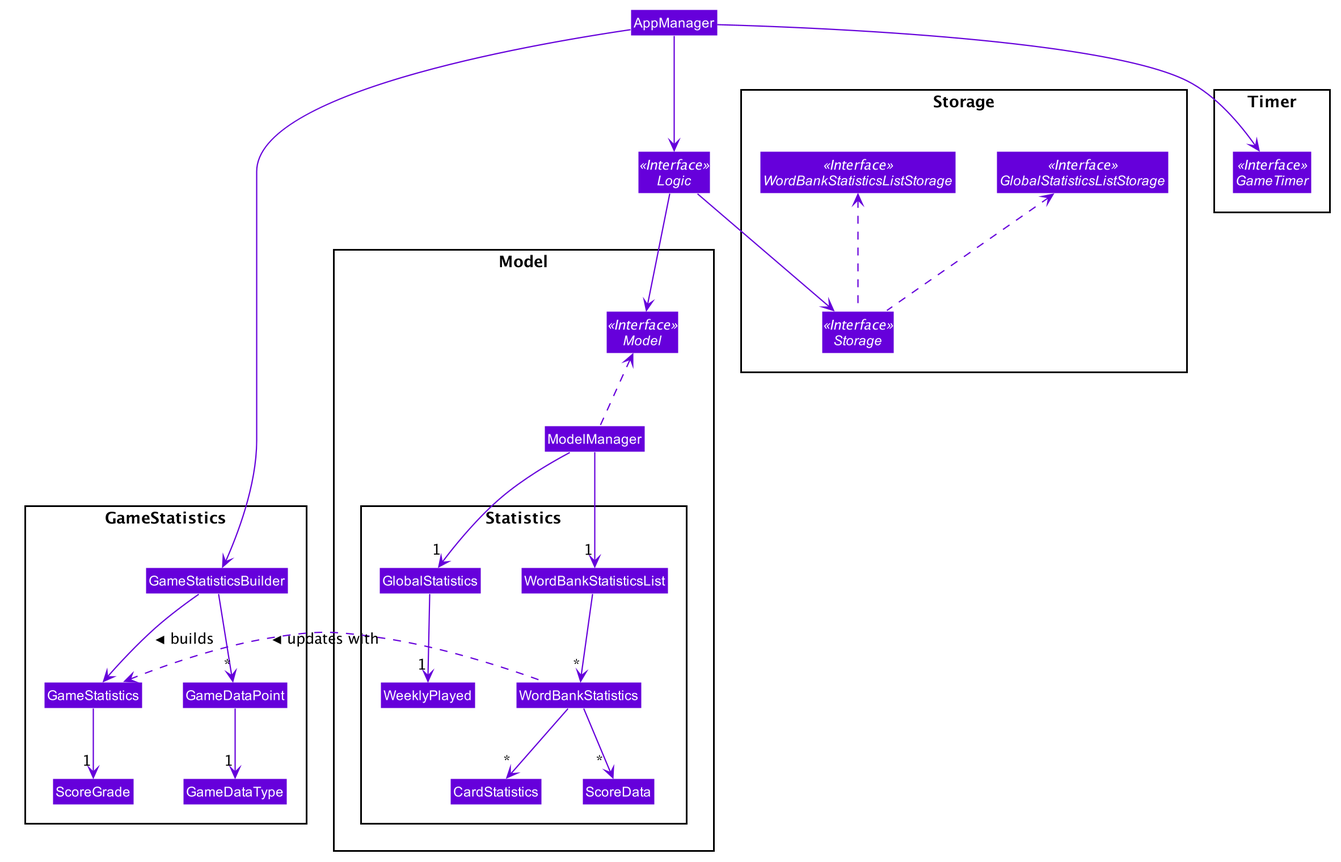
Before: docs/images/StatisticsClassDiagram.png, a diagram exported from PlantUML (nus-cs2103-AY1920S1/addressbook-level3). Its source is kept beside it as docs/diagrams/StatisticsClassDiagram.puml. The source it was exported from:
```plantuml
@startuml
!include style.puml
skinparam arrowThickness 1.1
skinparam arrowColor STATS_COLOR
skinparam classBackgroundColor STATS_COLOR

Class AppManager
Interface Logic <<Interface>>
Package Timer {
    Interface GameTimer <<Interface>>
}



Package Model as ModelPackage {
    Interface Model <<Interface>>
    Class ModelManager
    Package Statistics {
        Class GlobalStatistics
        Class WeeklyPlayed
        Class WordBankStatisticsList


        Class CardStatistics

        Class ScoreData
        Class WordBankStatistics
    }
}

Package GameStatistics as GameStatisticsPackage {
    Class GameStatisticsBuilder
    Class GameDataPoint
    Class GameDataType
    Class GameStatistics
    Class ScoreGrade
}

Package Storage {
    Interface Storage<<Interface>>
    Interface WordBankStatisticsListStorage <<Interface>>
    Interface GlobalStatisticsListStorage <<Interface>>
}

AppManager-down->Logic
AppManager-down->GameTimer
AppManager-down->GameStatisticsBuilder
Logic-down->Storage
Logic-down->Model
ModelManager..up>Model
ModelManager-down-> "1" WordBankStatisticsList
WordBankStatisticsList-down->"*"WordBankStatistics
WordBankStatistics-down->"*"CardStatistics
WordBankStatistics-down->" * "ScoreData
ModelManager-down-> "1" GlobalStatistics
ModelManager-down->"1"WordBankStatistics : keeps active >
GlobalStatistics-down->"1" WeeklyPlayed
GameStatisticsBuilder-->GameStatistics: builds >
GameStatistics-down->"1"ScoreGrade
GameStatisticsBuilder-down->"*"GameDataPoint
GameDataPoint-down->"1"GameDataType
WordBankStatistics..left>GameStatistics : updates with >

Storage..up>WordBankStatisticsListStorage
Storage..up>GlobalStatisticsListStorage

@enduml
```
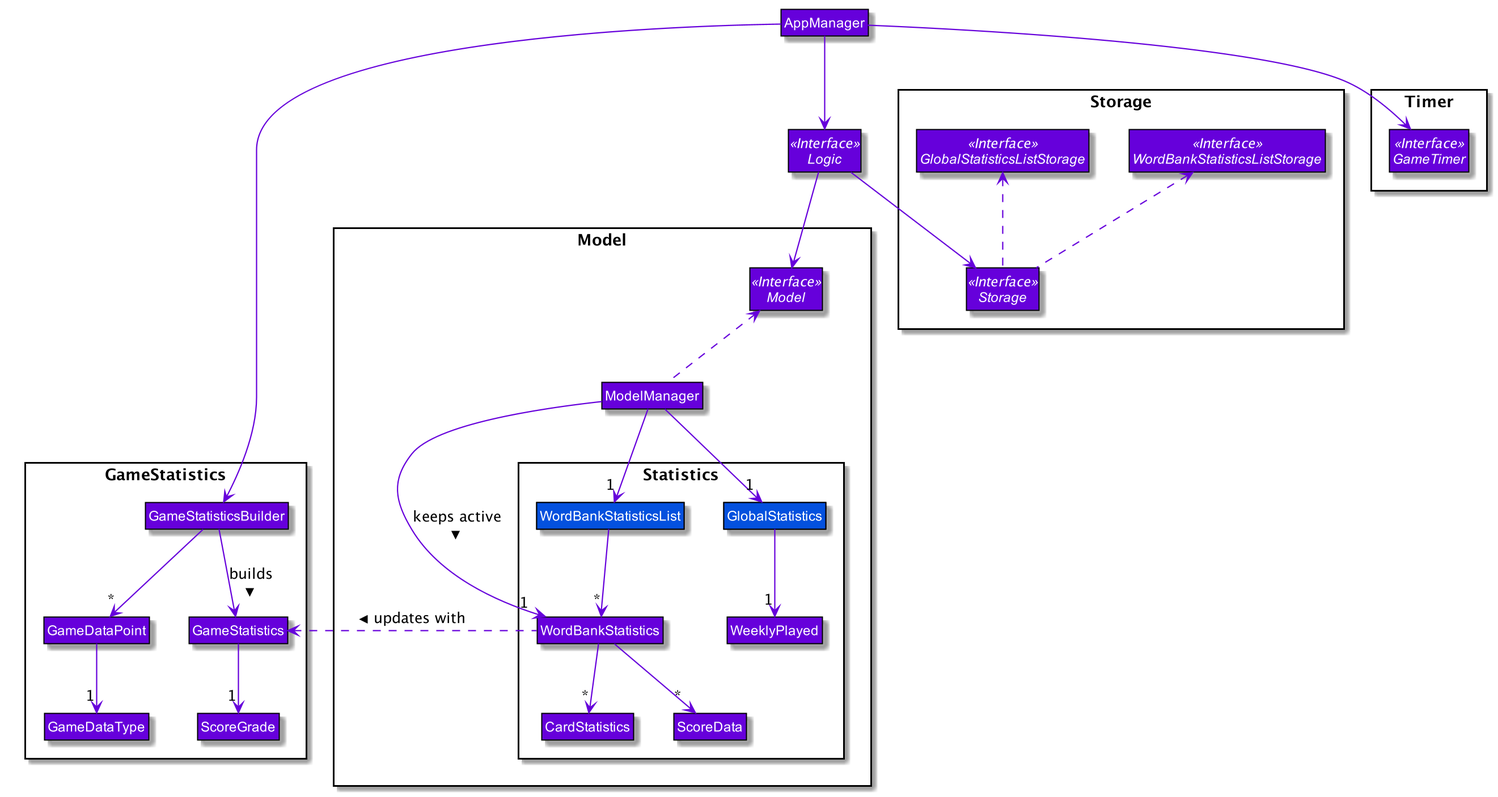
Later version of the same file.

Commit message:
Update statistics class diagram

The edit, as a diff of the source:
```diff
@@ -3,6 +3,7 @@
 skinparam arrowThickness 1.1
 skinparam arrowColor STATS_COLOR
 skinparam classBackgroundColor STATS_COLOR
+
 
 Class AppManager
 Interface Logic <<Interface>>
@@ -16,9 +17,9 @@
     Interface Model <<Interface>>
     Class ModelManager
     Package Statistics {
-        Class GlobalStatistics
+        Class GlobalStatistics #0451DE
         Class WeeklyPlayed
-        Class WordBankStatisticsList
+        Class WordBankStatisticsList #0451DE
 
 
         Class CardStatistics
```
